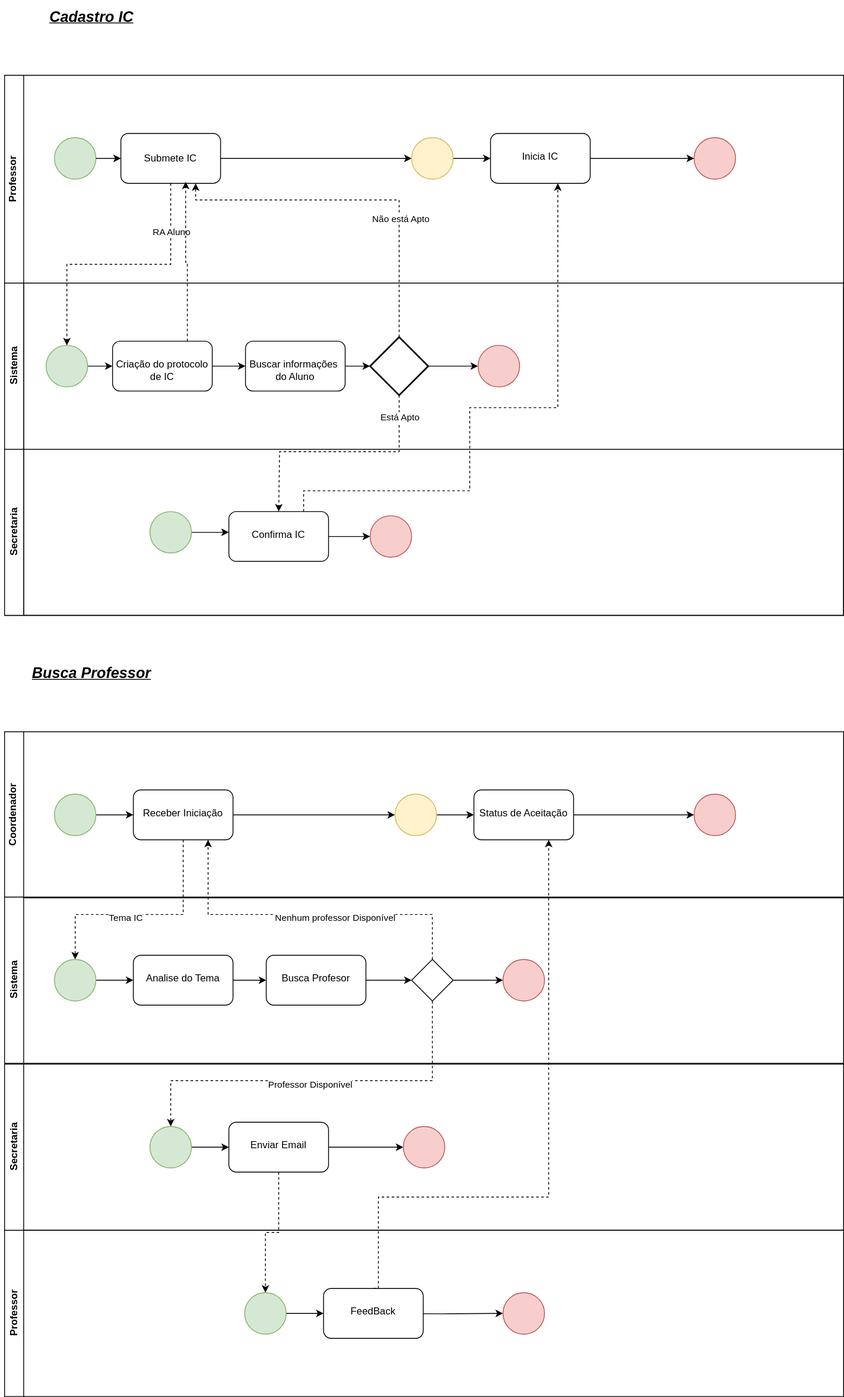
Above: Documentos/ToBe.svg in JesCat16/Automacao_IC_GestaoDeProjeto (draw.io), before the change. Source tidied: cells renumbered, new cells last; positions are measured from the earlier drawing's top-left corner, leaving out a move shared by most shapes.
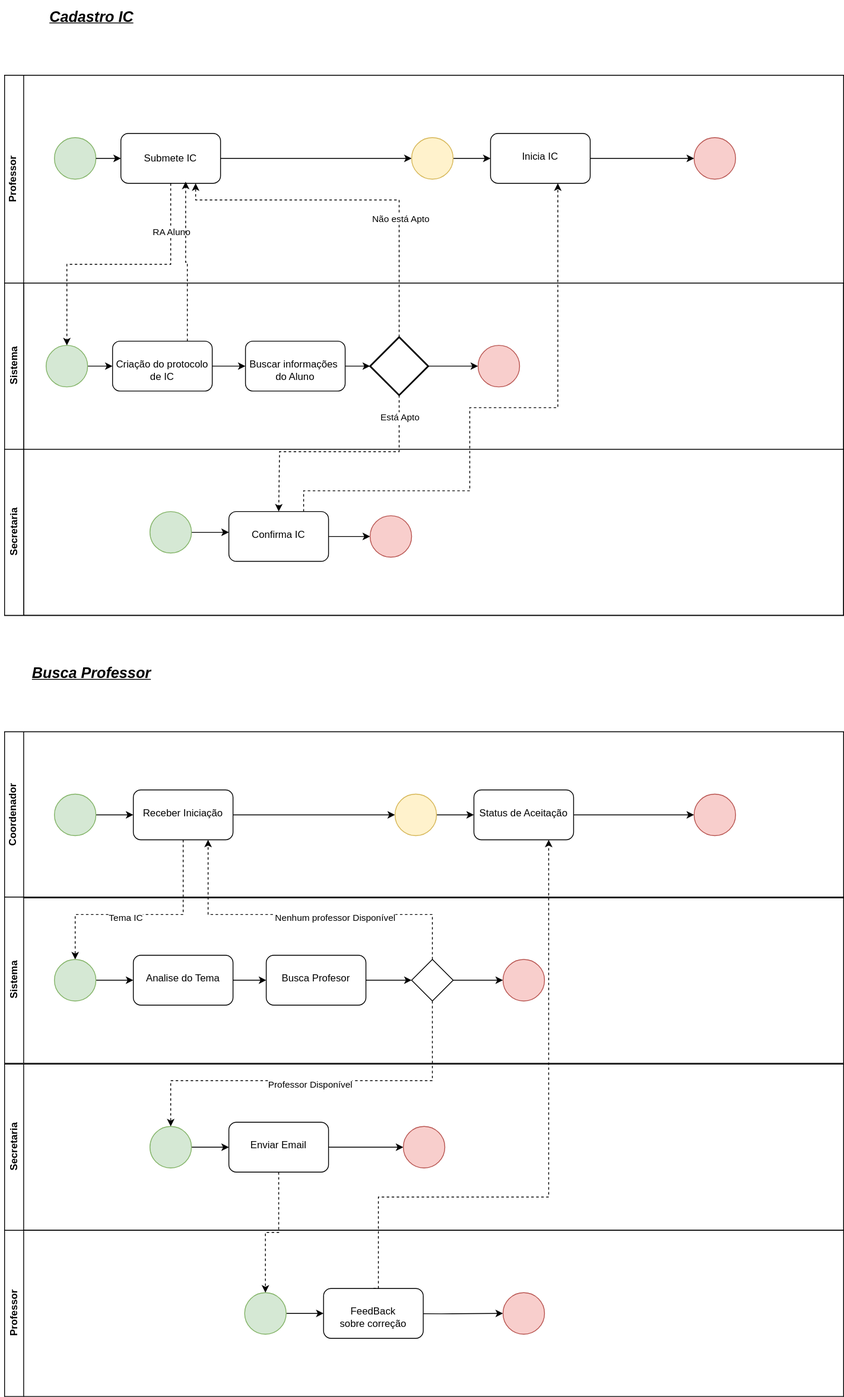
The same file after the commit.

The edit, as a diff of the source:
```diff
@@ -182,7 +182,7 @@
         <mxPoint x="450" y="100" as="sourcePoint" />
       </mxGeometry>
     </mxCell>
-    <mxCell id="55" value="&lt;div&gt;&lt;br&gt;&lt;/div&gt;&lt;div&gt;FeedBack&lt;/div&gt;" style="rounded=1;whiteSpace=wrap;html=1;verticalAlign=top;" parent="50" vertex="1">
+    <mxCell id="55" value="&lt;div&gt;&lt;br&gt;&lt;/div&gt;&lt;div&gt;FeedBack&lt;/div&gt;&lt;div&gt;sobre correção&lt;/div&gt;" style="rounded=1;whiteSpace=wrap;html=1;verticalAlign=top;" parent="50" vertex="1">
       <mxGeometry x="384" y="70" width="120" height="60" as="geometry" />
     </mxCell>
     <mxCell id="56" style="edgeStyle=orthogonalEdgeStyle;rounded=0;jettySize=auto;html=1;exitX=0.5;exitY=1;exitDx=0;exitDy=0;entryX=0.5;entryY=0;entryDx=0;entryDy=0;entryPerimeter=0;dashed=1;" parent="1" edge="1" source="44" target="60">
```
